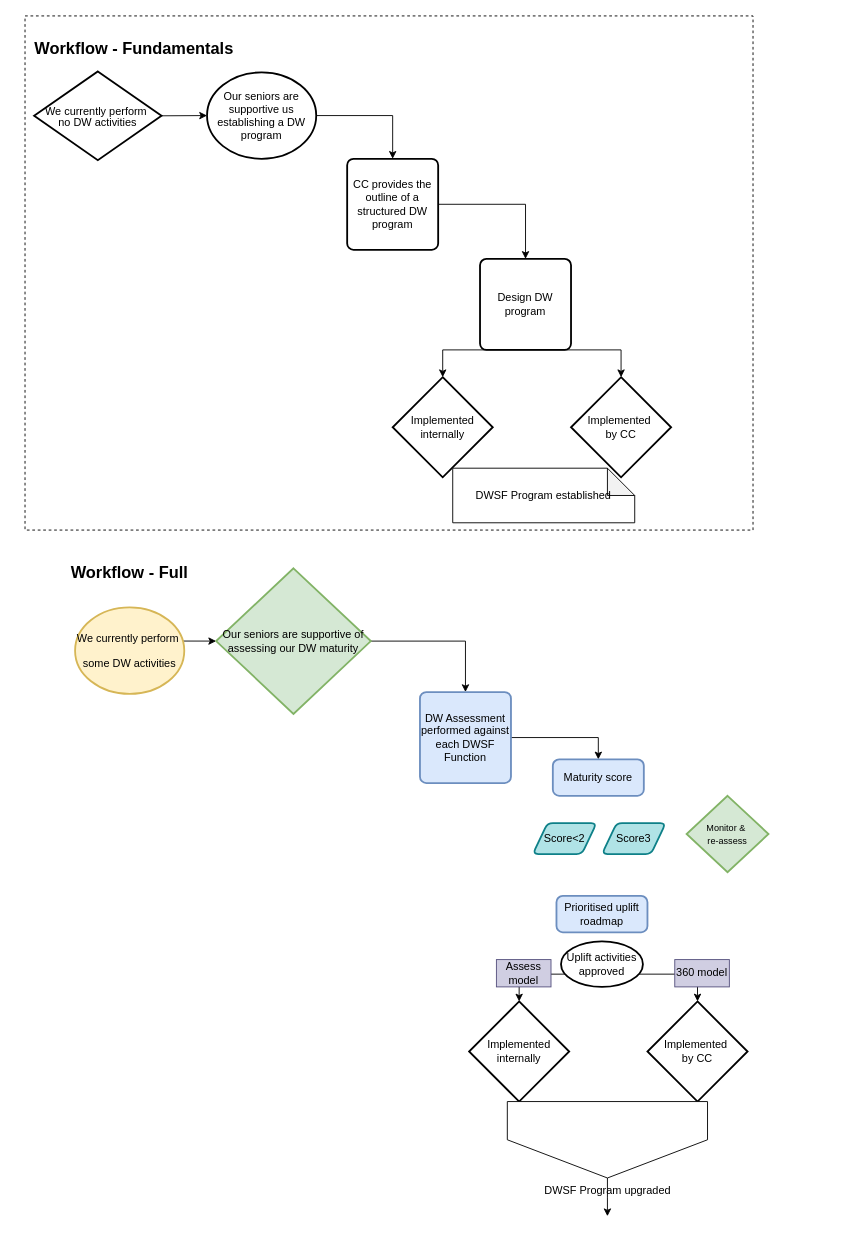
wondarider/DWSF keeps this draw.io diagram as Untitled Diagram.drawio. Above is the earlier version. Source tidied: cells renumbered, new cells numbered last; positions are measured from the earlier drawing's top-left corner, leaving out a move shared by most shapes. Both pictures are drawn from the tidied source at 91%, with x=0, y=0 at pixel (15, 15).
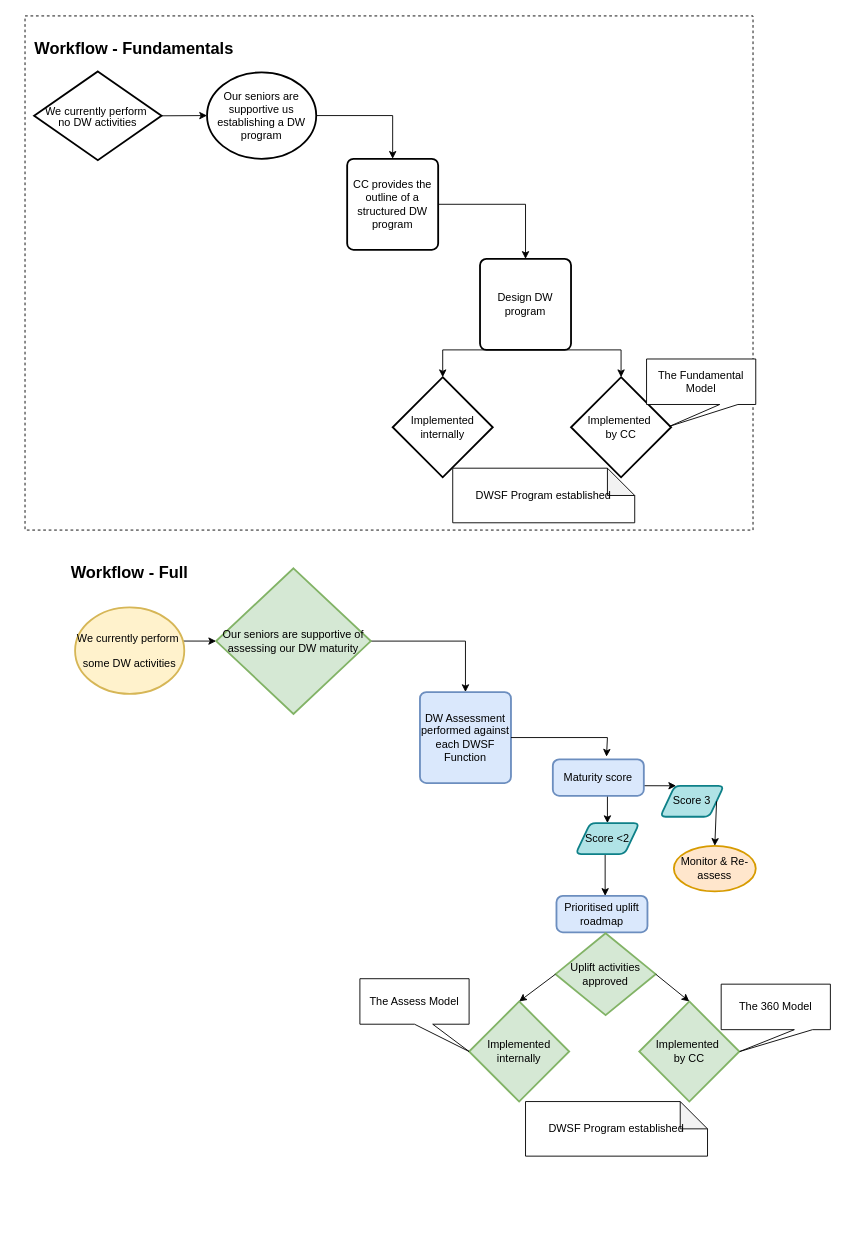
The same diagram, later.

Unchanged cells that the change refers to:
```xml
<mxCell id="16" value="&lt;p&gt;&lt;font face=&quot;Graphik&quot;&gt;DW Assessment performed against each DWSF Function&lt;/font&gt;&lt;/p&gt;" style="rounded=1;whiteSpace=wrap;html=1;absoluteArcSize=1;arcSize=14;strokeWidth=2;fillColor=#dae8fc;strokeColor=#6c8ebf;" parent="1" vertex="1">
  <mxGeometry x="444" y="743" width="100" height="100" as="geometry" />
</mxCell>
<mxCell id="18" value="&lt;span style=&quot;caret-color: rgb(0, 0, 0); color: rgb(0, 0, 0); font-family: Graphik; font-size: 12px; font-style: normal; font-variant-caps: normal; font-weight: 400; letter-spacing: normal; text-align: center; text-indent: 0px; text-transform: none; white-space: normal; word-spacing: 0px; -webkit-text-stroke-width: 0px; text-decoration: none; float: none; display: inline !important;&quot;&gt;Maturity score&lt;/span&gt;" style="rounded=1;whiteSpace=wrap;html=1;absoluteArcSize=1;arcSize=14;strokeWidth=2;fillColor=#dae8fc;strokeColor=#6c8ebf;" parent="1" vertex="1">
  <mxGeometry x="590" y="817" width="100" height="40" as="geometry" />
</mxCell>
```

The edit, as a diff of the source:
```diff
@@
-    <mxCell id="15" style="rounded=0;jettySize=auto;html=1;exitX=1;exitY=0.5;exitDx=0;exitDy=0;edgeStyle=orthogonalEdgeStyle;entryX=0.5;entryY=0;entryDx=0;entryDy=0;" parent="1" edge="1" source="16" target="18">
-      <mxGeometry relative="1" as="geometry" />
-    </mxCell>
@@
-    <mxCell id="17" value="&lt;span style=&quot;caret-color: rgb(0, 0, 0); color: rgb(0, 0, 0); font-size: 12px; font-style: normal; font-variant-caps: normal; font-weight: 400; letter-spacing: normal; text-align: center; text-indent: 0px; text-transform: none; white-space: normal; word-spacing: 0px; -webkit-text-stroke-width: 0px; text-decoration: none; float: none; display: inline !important;&quot;&gt;Implemented internally&lt;/span&gt;" style="strokeWidth=2;html=1;shape=mxgraph.flowchart.decision;whiteSpace=wrap;fontFamily=Graphik;" parent="1" vertex="1">
+    <mxCell id="17" value="&lt;span style=&quot;caret-color: rgb(0, 0, 0); color: rgb(0, 0, 0); font-size: 12px; font-style: normal; font-variant-caps: normal; font-weight: 400; letter-spacing: normal; text-align: center; text-indent: 0px; text-transform: none; white-space: normal; word-spacing: 0px; -webkit-text-stroke-width: 0px; text-decoration: none; float: none; display: inline !important;&quot;&gt;Implemented internally&lt;/span&gt;" style="strokeWidth=2;html=1;shape=mxgraph.flowchart.decision;whiteSpace=wrap;fontFamily=Graphik;fillColor=#d5e8d4;strokeColor=#82b366;" parent="1" vertex="1">
       <mxGeometry x="498" y="1083" width="110" height="110" as="geometry" />
     </mxCell>
+    <mxCell id="36" style="edgeStyle=none;rounded=0;jettySize=auto;html=1;exitX=0.75;exitY=1;exitDx=0;exitDy=0;entryX=0.25;entryY=0;entryDx=0;entryDy=0;" parent="1" edge="1" target="29">
+      <mxGeometry relative="1" as="geometry">
+        <mxPoint x="669.2" y="845.9" as="sourcePoint" />
+      </mxGeometry>
+    </mxCell>
+    <mxCell id="37" style="edgeStyle=none;rounded=0;jettySize=auto;html=1;exitX=0.6;exitY=0.925;exitDx=0;exitDy=0;entryX=0.5;entryY=0;entryDx=0;entryDy=0;exitPerimeter=0;" parent="1" edge="1" source="18" target="31">
+      <mxGeometry relative="1" as="geometry" />
+    </mxCell>
@@
-    <mxCell id="19" value="&lt;span style=&quot;caret-color: rgb(0, 0, 0); color: rgb(0, 0, 0); font-size: 12px; font-style: normal; font-variant-caps: normal; font-weight: 400; letter-spacing: normal; text-align: center; text-indent: 0px; text-transform: none; white-space: normal; word-spacing: 0px; -webkit-text-stroke-width: 0px; text-decoration: none; float: none; display: inline !important;&quot;&gt;Implemented&amp;nbsp;&lt;/span&gt;&lt;div&gt;&lt;span style=&quot;caret-color: rgb(0, 0, 0); color: rgb(0, 0, 0); font-size: 12px; font-style: normal; font-variant-caps: normal; font-weight: 400; letter-spacing: normal; text-align: center; text-indent: 0px; text-transform: none; white-space: normal; word-spacing: 0px; -webkit-text-stroke-width: 0px; text-decoration: none; float: none; display: inline !important;&quot;&gt;by CC&lt;/span&gt;&lt;/div&gt;" style="strokeWidth=2;html=1;shape=mxgraph.flowchart.decision;whiteSpace=wrap;fontFamily=Graphik;" parent="1" vertex="1">
-      <mxGeometry x="694" y="1083" width="110" height="110" as="geometry" />
+    <mxCell id="19" value="&lt;span style=&quot;caret-color: rgb(0, 0, 0); color: rgb(0, 0, 0); font-size: 12px; font-style: normal; font-variant-caps: normal; font-weight: 400; letter-spacing: normal; text-align: center; text-indent: 0px; text-transform: none; white-space: normal; word-spacing: 0px; -webkit-text-stroke-width: 0px; text-decoration: none; float: none; display: inline !important;&quot;&gt;Implemented&amp;nbsp;&lt;/span&gt;&lt;div&gt;&lt;span style=&quot;caret-color: rgb(0, 0, 0); color: rgb(0, 0, 0); font-size: 12px; font-style: normal; font-variant-caps: normal; font-weight: 400; letter-spacing: normal; text-align: center; text-indent: 0px; text-transform: none; white-space: normal; word-spacing: 0px; -webkit-text-stroke-width: 0px; text-decoration: none; float: none; display: inline !important;&quot;&gt;by CC&lt;/span&gt;&lt;/div&gt;" style="strokeWidth=2;html=1;shape=mxgraph.flowchart.decision;whiteSpace=wrap;fontFamily=Graphik;fillColor=#d5e8d4;strokeColor=#82b366;" parent="1" vertex="1">
+      <mxGeometry x="685" y="1083" width="110" height="110" as="geometry" />
     </mxCell>
@@
-    <mxCell id="21" style="edgeStyle=orthogonalEdgeStyle;rounded=0;jettySize=auto;html=1;exitX=0.5;exitY=0;exitDx=0;exitDy=0;entryX=0.5;entryY=0;entryDx=0;entryDy=0;entryPerimeter=0;exitPerimeter=0;startArrow=classic;startFill=1;" parent="1" edge="1" source="25" target="17">
-      <mxGeometry relative="1" as="geometry">
-        <Array as="points">
-          <mxPoint x="553" y="1053" />
-        </Array>
-      </mxGeometry>
-    </mxCell>
@@
-    <mxCell id="24" style="edgeStyle=orthogonalEdgeStyle;rounded=0;jettySize=auto;html=1;exitX=0.5;exitY=0;exitDx=0;exitDy=0;entryX=0.5;entryY=0;entryDx=0;entryDy=0;entryPerimeter=0;exitPerimeter=0;startArrow=classic;startFill=1;" parent="1" edge="1" source="19" target="25">
-      <mxGeometry relative="1" as="geometry">
-        <Array as="points">
-          <mxPoint x="749" y="1053" />
-        </Array>
-      </mxGeometry>
-    </mxCell>
-    <mxCell id="25" value="&lt;p&gt;&lt;font face=&quot;Graphik&quot;&gt;Uplift activities approved&lt;/font&gt;&lt;/p&gt;" style="strokeWidth=2;html=1;shape=mxgraph.flowchart.start_1;whiteSpace=wrap;" parent="1" vertex="1">
-      <mxGeometry x="599" y="1017" width="90" height="50" as="geometry" />
+    <mxCell id="25" value="&lt;font face=&quot;Graphik&quot;&gt;Monitor &amp;amp; Re-assess&lt;/font&gt;" style="strokeWidth=2;html=1;shape=mxgraph.flowchart.start_1;whiteSpace=wrap;fillColor=#ffe6cc;strokeColor=#d79b00;" parent="1" vertex="1">
+      <mxGeometry x="723" y="912" width="90" height="50" as="geometry" />
     </mxCell>
@@
-    <mxCell id="27" value="&lt;p&gt;&lt;font face=&quot;Graphik&quot;&gt;Assess model&lt;/font&gt;&lt;/p&gt;" style="text;html=1;whiteSpace=wrap;strokeColor=#56517e;fillColor=#d0cee2;align=center;verticalAlign=middle;rounded=0;" parent="1" vertex="1">
-      <mxGeometry x="528" y="1037" width="60" height="30" as="geometry" />
-    </mxCell>
-    <mxCell id="28" value="&lt;p&gt;&lt;font face=&quot;Graphik&quot;&gt;360 model&lt;/font&gt;&lt;/p&gt;" style="text;html=1;whiteSpace=wrap;strokeColor=#56517e;fillColor=#d0cee2;align=center;verticalAlign=middle;rounded=0;" parent="1" vertex="1">
-      <mxGeometry x="724" y="1037" width="60" height="30" as="geometry" />
-    </mxCell>
-    <mxCell id="29" value="&lt;font face=&quot;Graphik&quot;&gt;Score3&lt;/font&gt;" style="shape=parallelogram;html=1;strokeWidth=2;perimeter=parallelogramPerimeter;whiteSpace=wrap;rounded=1;arcSize=12;size=0.23;fillColor=#b0e3e6;strokeColor=#0e8088;" parent="1" vertex="1">
-      <mxGeometry x="644" y="887" width="70" height="34" as="geometry" />
+    <mxCell id="29" value="&lt;font face=&quot;Graphik&quot;&gt;Score 3&lt;/font&gt;" style="shape=parallelogram;html=1;strokeWidth=2;perimeter=parallelogramPerimeter;whiteSpace=wrap;rounded=1;arcSize=12;size=0.23;fillColor=#b0e3e6;strokeColor=#0e8088;" parent="1" vertex="1">
+      <mxGeometry x="708" y="846" width="70" height="34" as="geometry" />
     </mxCell>
-    <mxCell id="30" value="&lt;font face=&quot;Graphik&quot; style=&quot;font-size: 10px;&quot;&gt;Monitor &amp;amp;&amp;nbsp;&lt;/font&gt;&lt;div&gt;&lt;font face=&quot;Graphik&quot; style=&quot;font-size: 10px;&quot;&gt;re-assess&lt;/font&gt;&lt;/div&gt;" style="strokeWidth=2;html=1;shape=mxgraph.flowchart.decision;whiteSpace=wrap;fillColor=#d5e8d4;strokeColor=#82b366;" parent="1" vertex="1">
-      <mxGeometry x="737" y="857" width="90" height="84" as="geometry" />
+    <mxCell id="30" value="&lt;div&gt;&lt;span style=&quot;font-family: Graphik;&quot;&gt;Uplift activities approved&lt;/span&gt;&lt;/div&gt;" style="strokeWidth=2;html=1;shape=mxgraph.flowchart.decision;whiteSpace=wrap;fillColor=#d5e8d4;strokeColor=#82b366;" parent="1" vertex="1">
+      <mxGeometry x="593" y="1008" width="110" height="90" as="geometry" />
     </mxCell>
+    <mxCell id="38" style="edgeStyle=none;rounded=0;orthogonalLoop=1;jettySize=auto;html=1;exitX=0.5;exitY=1;exitDx=0;exitDy=0;" parent="1" edge="1">
+      <mxGeometry relative="1" as="geometry">
+        <mxPoint x="647.5" y="921" as="sourcePoint" />
+        <mxPoint x="647.5" y="967" as="targetPoint" />
+      </mxGeometry>
+    </mxCell>
-    <mxCell id="31" value="&lt;font face=&quot;Graphik&quot;&gt;Score&amp;lt;2&lt;/font&gt;" style="shape=parallelogram;html=1;strokeWidth=2;perimeter=parallelogramPerimeter;whiteSpace=wrap;rounded=1;arcSize=12;size=0.23;fillColor=#b0e3e6;strokeColor=#0e8088;" parent="1" vertex="1">
-      <mxGeometry x="568" y="887" width="70" height="34" as="geometry" />
+    <mxCell id="31" value="&lt;font face=&quot;Graphik&quot;&gt;Score &amp;lt;2&lt;/font&gt;" style="shape=parallelogram;html=1;strokeWidth=2;perimeter=parallelogramPerimeter;whiteSpace=wrap;rounded=1;arcSize=12;size=0.23;fillColor=#b0e3e6;strokeColor=#0e8088;" parent="1" vertex="1">
+      <mxGeometry x="615" y="887" width="70" height="34" as="geometry" />
     </mxCell>
@@
-    <mxCell id="34" style="edgeStyle=orthogonalEdgeStyle;rounded=0;jettySize=auto;html=1;" parent="1" edge="1" source="35">
-      <mxGeometry relative="1" as="geometry">
-        <mxPoint x="650" y="1319" as="targetPoint" />
-      </mxGeometry>
-    </mxCell>
-    <mxCell id="35" value="DWSF Program upgraded" style="verticalLabelPosition=bottom;verticalAlign=top;html=1;shape=offPageConnector;rounded=0;size=0.5;" parent="1" vertex="1">
-      <mxGeometry x="540" y="1193" width="220" height="84" as="geometry" />
-    </mxCell>
+    <mxCell id="39" style="edgeStyle=none;rounded=0;jettySize=auto;html=1;exitX=0;exitY=0.5;exitDx=0;exitDy=0;entryX=0.5;entryY=0;entryDx=0;entryDy=0;entryPerimeter=0;exitPerimeter=0;" parent="1" edge="1" source="30" target="17">
+      <mxGeometry relative="1" as="geometry" />
+    </mxCell>
+    <mxCell id="40" style="edgeStyle=none;rounded=0;jettySize=auto;html=1;exitX=1;exitY=0.5;exitDx=0;exitDy=0;entryX=0.5;entryY=0;entryDx=0;entryDy=0;entryPerimeter=0;exitPerimeter=0;" parent="1" edge="1" source="30" target="19">
+      <mxGeometry relative="1" as="geometry" />
+    </mxCell>
+    <mxCell id="41" value="&lt;font face=&quot;Graphik&quot;&gt;The Assess Model&lt;/font&gt;" style="shape=callout;whiteSpace=wrap;html=1;perimeter=calloutPerimeter;position2=1;" parent="1" vertex="1">
+      <mxGeometry x="378" y="1058" width="120" height="80" as="geometry" />
+    </mxCell>
+    <mxCell id="42" value="&lt;font face=&quot;Graphik&quot;&gt;The 360 Model&lt;/font&gt;" style="shape=callout;whiteSpace=wrap;html=1;perimeter=calloutPerimeter;size=24;position=0.67;position2=0.17;" parent="1" vertex="1">
+      <mxGeometry x="775" y="1064" width="120" height="74" as="geometry" />
+    </mxCell>
+    <mxCell id="43" style="edgeStyle=none;rounded=0;jettySize=auto;html=1;exitX=1;exitY=0.5;exitDx=0;exitDy=0;entryX=0.5;entryY=0;entryDx=0;entryDy=0;entryPerimeter=0;" parent="1" edge="1" source="29" target="25">
+      <mxGeometry relative="1" as="geometry" />
+    </mxCell>
+    <mxCell id="15" style="edgeStyle=none;rounded=0;jettySize=auto;html=1;exitX=1;exitY=0.5;exitDx=0;exitDy=0;entryX=0.59;entryY=-0.075;entryDx=0;entryDy=0;entryPerimeter=0;" parent="1" edge="1" source="16" target="18">
+      <mxGeometry relative="1" as="geometry">
+        <Array as="points">
+          <mxPoint x="650" y="793" />
+        </Array>
+      </mxGeometry>
+    </mxCell>
+    <mxCell id="44" value="&lt;p&gt;&lt;font face=&quot;Graphik&quot;&gt;DWSF Program established&lt;/font&gt;&lt;/p&gt;" style="shape=note;whiteSpace=wrap;html=1;backgroundOutline=1;darkOpacity=0.05;" parent="1" vertex="1">
+      <mxGeometry x="560" y="1193" width="200" height="60" as="geometry" />
+    </mxCell>
+    <mxCell id="45" value="&lt;font face=&quot;Graphik&quot;&gt;The Fundamental Model&lt;/font&gt;" style="shape=callout;whiteSpace=wrap;html=1;perimeter=calloutPerimeter;size=24;position=0.67;position2=0.21;" parent="1" vertex="1">
+      <mxGeometry x="693" y="377" width="120" height="74" as="geometry" />
+    </mxCell>
```
